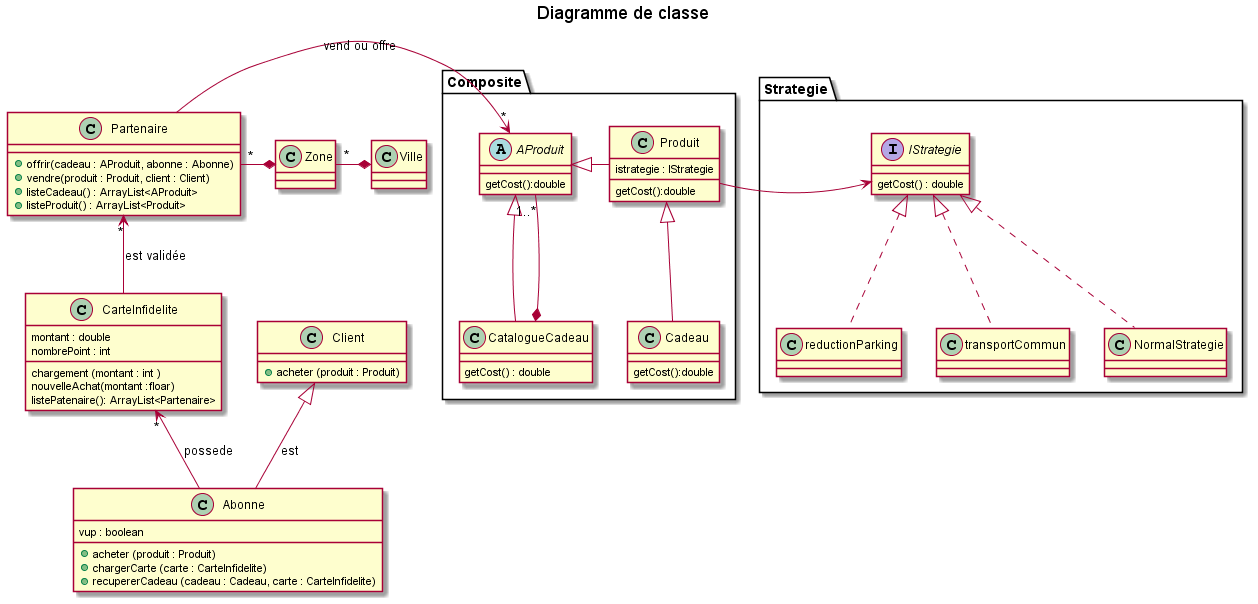
The PlantUML diagram out/DiagrammeDeChoixDeConception2/Diagramme de classe.png in ZeroAbsolue/infidelite, before a commit.
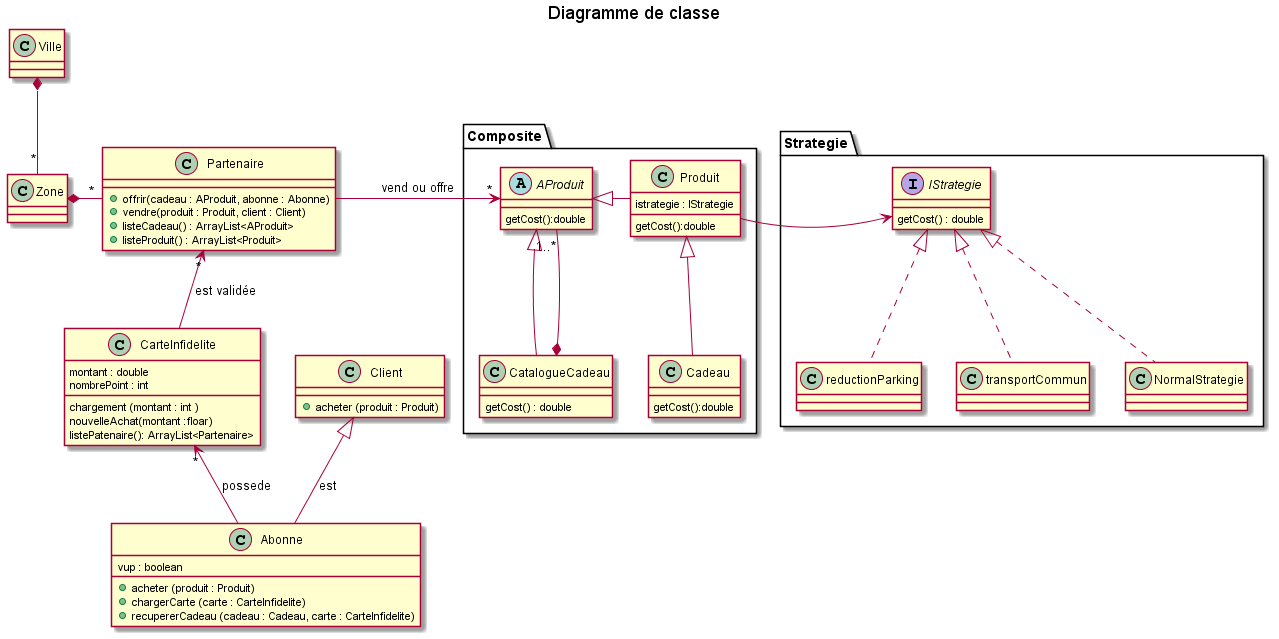
The same diagram one commit later.

Commit message:
Mise a jour readme

Change to the diagram source:
```diff
@@ -68,8 +68,8 @@
 Abonne -up-> "*"CarteInfidelite : possede
 Abonne -up-|> Client : est
 
-Ville *-left- "*" Zone
-Zone *-left- "*" Partenaire
+Ville *-- "*" Zone
+Zone *-right- "*" Partenaire
 Partenaire -> "*" AProduit : vend ou offre
 Produit -> IStrategie
 CarteInfidelite -up-> "*"Partenaire : "est validée"
```
